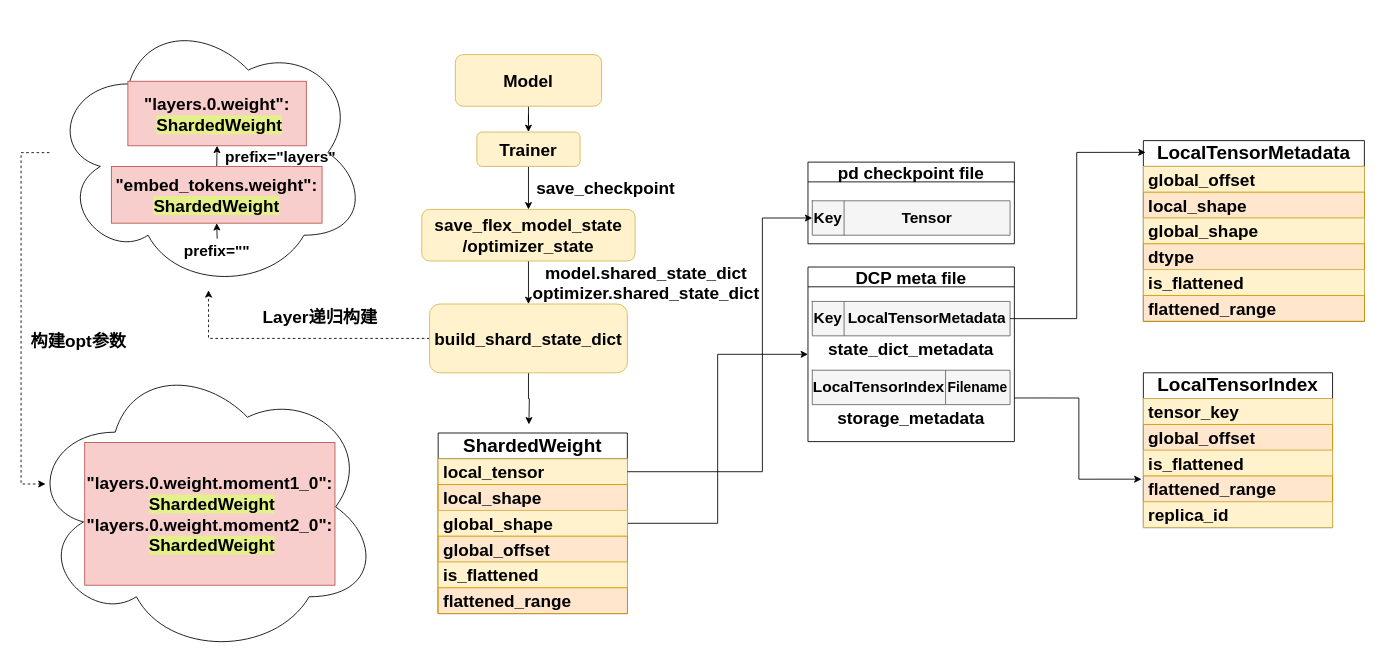
Earlier version of the draw.io diagram drawio_images/DCP架构图.drawio (zty-king/zty-king). Source tidied: cells renumbered, new cells numbered last; positions are measured from the earlier drawing's top-left corner, leaving out a move shared by most shapes. Both pictures are drawn from the tidied source at 86%, with x=0, y=0 at pixel (18, 15).
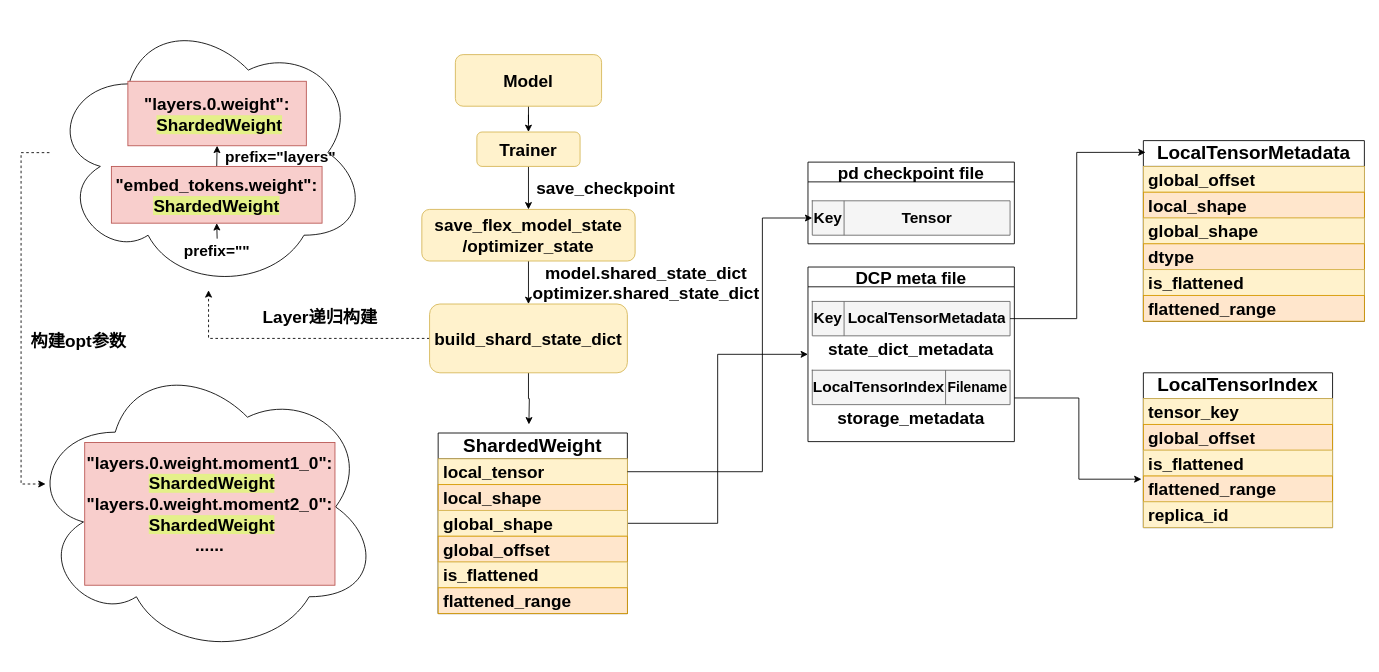
The same diagram, later.

Commit message (it also covers changes not shown here):
更新DCP架构图.drawio

Unchanged cells that the change refers to:
```xml
<mxCell id="62" style="group;" parent="1" vertex="1">
  <mxGeometry x="29" y="286" width="400" height="460" as="geometry" />
</mxCell>
```

Change to the diagram source:
```diff
@@
-    <mxCell id="64" value="&lt;div&gt;&lt;b&gt;&lt;font style=&quot;font-size: 20px;&quot;&gt;&quot;layers.0.weight.moment1_0&quot;:&lt;/font&gt;&lt;/b&gt;&lt;div&gt;&lt;b&gt;&lt;font style=&quot;font-size: 20px;&quot;&gt;&amp;nbsp;&lt;span style=&quot;background-color: light-dark(rgb(228, 240, 137), rgb(237, 237, 237));&quot;&gt;ShardedWeight&lt;/span&gt;&lt;/font&gt;&lt;/b&gt;&lt;/div&gt;&lt;/div&gt;&lt;b style=&quot;&quot;&gt;&lt;font style=&quot;font-size: 20px;&quot;&gt;&quot;layers.0.weight.moment2_0&quot;:&lt;/font&gt;&lt;/b&gt;&lt;div&gt;&lt;b style=&quot;&quot;&gt;&lt;font style=&quot;font-size: 20px;&quot;&gt;&amp;nbsp;&lt;span style=&quot;background-color: light-dark(rgb(228, 240, 137), rgb(237, 237, 237));&quot;&gt;ShardedWeight&lt;/span&gt;&lt;/font&gt;&lt;/b&gt;&lt;/div&gt;" style="rounded=0;whiteSpace=wrap;html=1;fillColor=#f8cecc;strokeColor=#b85450;" parent="62" vertex="1">
+    <mxCell id="64" value="&lt;div&gt;&lt;b&gt;&lt;font style=&quot;font-size: 20px;&quot;&gt;&quot;layers.0.weight.moment1_0&quot;:&lt;/font&gt;&lt;/b&gt;&lt;div&gt;&lt;b&gt;&lt;font style=&quot;font-size: 20px;&quot;&gt;&amp;nbsp;&lt;span style=&quot;background-color: light-dark(rgb(228, 240, 137), rgb(237, 237, 237));&quot;&gt;ShardedWeight&lt;/span&gt;&lt;/font&gt;&lt;/b&gt;&lt;/div&gt;&lt;/div&gt;&lt;b style=&quot;&quot;&gt;&lt;font style=&quot;font-size: 20px;&quot;&gt;&quot;layers.0.weight.moment2_0&quot;:&lt;/font&gt;&lt;/b&gt;&lt;div&gt;&lt;b style=&quot;&quot;&gt;&lt;font style=&quot;font-size: 20px;&quot;&gt;&amp;nbsp;&lt;span style=&quot;background-color: light-dark(rgb(228, 240, 137), rgb(237, 237, 237));&quot;&gt;ShardedWeight&lt;/span&gt;&lt;/font&gt;&lt;/b&gt;&lt;/div&gt;&lt;div&gt;&lt;b&gt;&lt;font style=&quot;font-size: 20px;&quot;&gt;......&lt;/font&gt;&lt;/b&gt;&lt;/div&gt;&lt;div&gt;&lt;b style=&quot;&quot;&gt;&lt;font style=&quot;font-size: 20px;&quot;&gt;&lt;span style=&quot;background-color: light-dark(rgb(228, 240, 137), rgb(237, 237, 237));&quot;&gt;&lt;br&gt;&lt;/span&gt;&lt;/font&gt;&lt;/b&gt;&lt;/div&gt;" style="rounded=0;whiteSpace=wrap;html=1;fillColor=#f8cecc;strokeColor=#b85450;" parent="62" vertex="1">
       <mxGeometry x="48" y="211" width="291" height="166" as="geometry" />
     </mxCell>
```
